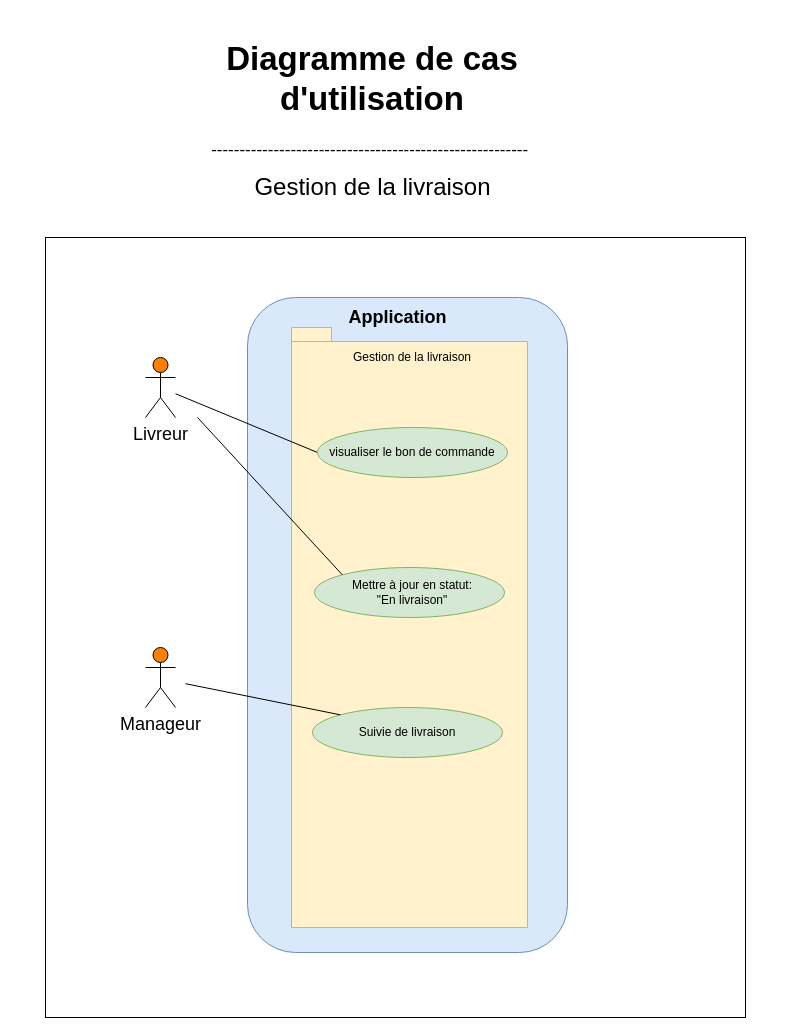
Above: page "Gestion de livraison" (3 of 5) of Use case Diagram.drawio in Maayaavi/OC_Project_4 (draw.io), before the change. Source tidied: cells renumbered, new cells numbered last; positions are measured from the earlier drawing's top-left corner, leaving out a move shared by most shapes. Both pictures are drawn from the tidied source at 100%, with x=0, y=0 at pixel (45, 27).
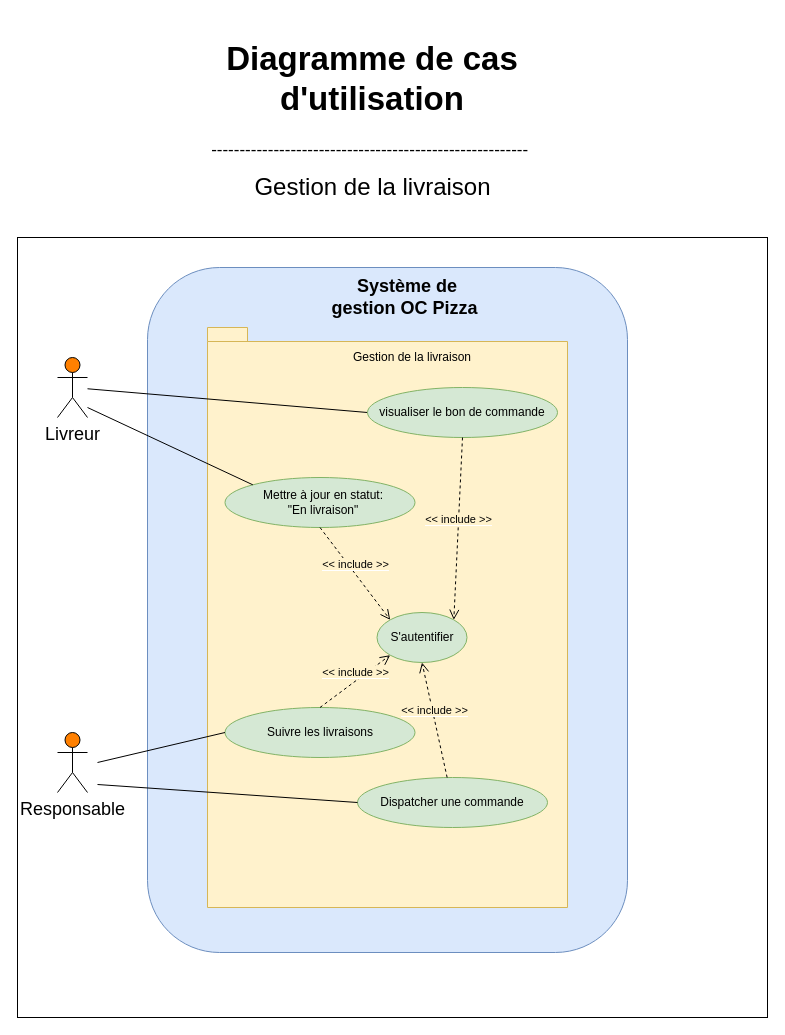
After the change.

The edit, as a diff of the source:
```diff
@@
     <mxCell id="2" style="whiteSpace=wrap;html=1;" parent="1" vertex="1">
-      <mxGeometry y="210" width="700" height="780" as="geometry" />
+      <mxGeometry x="-28" y="210" width="750" height="780" as="geometry" />
     </mxCell>
@@
     <mxCell id="4" style="rounded=1;whiteSpace=wrap;html=1;fillColor=#dae8fc;strokeColor=#6c8ebf;" parent="1" vertex="1">
-      <mxGeometry x="202" y="270" width="320" height="655" as="geometry" />
+      <mxGeometry x="102" y="240" width="480" height="685" as="geometry" />
     </mxCell>
-    <mxCell id="5" value="Application&amp;nbsp;" style="text;html=1;strokeColor=none;fillColor=none;align=center;verticalAlign=middle;whiteSpace=wrap;rounded=0;fontSize=18;fontStyle=1;glass=0;gradientColor=none;" parent="1" vertex="1">
-      <mxGeometry x="275" y="260" width="160" height="60" as="geometry" />
+    <mxCell id="5" value="Système de gestion OC Pizza&amp;nbsp;" style="text;html=1;strokeColor=none;fillColor=none;align=center;verticalAlign=middle;whiteSpace=wrap;rounded=0;fontSize=18;fontStyle=1;glass=0;gradientColor=none;" parent="1" vertex="1">
+      <mxGeometry x="282" y="240" width="160" height="60" as="geometry" />
     </mxCell>
     <mxCell id="6" value="Livreur" style="shape=umlActor;verticalLabelPosition=bottom;labelBackgroundColor=#ffffff;verticalAlign=top;html=1;outlineConnect=0;fontSize=18;fillColor=#FF8000;" parent="1" vertex="1">
-      <mxGeometry x="100" y="330" width="30" height="60" as="geometry" />
+      <mxGeometry x="12" y="330" width="30" height="60" as="geometry" />
     </mxCell>
-    <mxCell id="7" value="Manageur" style="shape=umlActor;verticalLabelPosition=bottom;labelBackgroundColor=#ffffff;verticalAlign=top;html=1;fontSize=18;fillColor=#FF8000;" parent="1" vertex="1">
-      <mxGeometry x="100" y="620" width="30" height="60" as="geometry" />
+    <mxCell id="7" value="Responsable" style="shape=umlActor;verticalLabelPosition=bottom;labelBackgroundColor=#ffffff;verticalAlign=top;html=1;fontSize=18;fillColor=#FF8000;" parent="1" vertex="1">
+      <mxGeometry x="12" y="705" width="30" height="60" as="geometry" />
     </mxCell>
     <mxCell id="8" style="shape=folder;fontStyle=1;spacingTop=10;tabWidth=40;tabHeight=14;tabPosition=left;html=1;fillColor=#fff2cc;strokeColor=#d6b656;" parent="1" vertex="1">
-      <mxGeometry x="246" y="300" width="236" height="600" as="geometry" />
+      <mxGeometry x="162" y="300" width="360" height="580" as="geometry" />
     </mxCell>
@@
     <mxCell id="11" style="ellipse;whiteSpace=wrap;html=1;fillColor=#d5e8d4;strokeColor=#82b366;" parent="1" vertex="1">
-      <mxGeometry x="272" y="400" width="190" height="50" as="geometry" />
+      <mxGeometry x="322" y="360" width="190" height="50" as="geometry" />
     </mxCell>
     <mxCell id="12" value="visualiser le bon de commande" style="text;html=1;strokeColor=none;fillColor=none;align=center;verticalAlign=middle;whiteSpace=wrap;rounded=0;" parent="1" vertex="1">
-      <mxGeometry x="262" y="415" width="210" height="20" as="geometry" />
+      <mxGeometry x="312" y="375" width="210" height="20" as="geometry" />
     </mxCell>
     <mxCell id="13" style="ellipse;whiteSpace=wrap;html=1;fillColor=#d5e8d4;strokeColor=#82b366;" parent="1" vertex="1">
-      <mxGeometry x="269" y="540" width="190" height="50" as="geometry" />
+      <mxGeometry x="179.5" y="450" width="190" height="50" as="geometry" />
     </mxCell>
     <mxCell id="14" value="Mettre à jour en statut:&lt;br&gt;&quot;En livraison&quot;" style="text;html=1;strokeColor=none;fillColor=none;align=center;verticalAlign=middle;whiteSpace=wrap;rounded=0;" parent="1" vertex="1">
-      <mxGeometry x="262" y="555" width="210" height="20" as="geometry" />
+      <mxGeometry x="172.5" y="465" width="210" height="20" as="geometry" />
     </mxCell>
@@
     <mxCell id="16" style="endArrow=none;html=1;entryX=0;entryY=0;entryDx=0;entryDy=0;" parent="1" edge="1" target="13">
       <mxGeometry relative="1" as="geometry">
-        <mxPoint x="152" y="390" as="sourcePoint" />
+        <mxPoint x="42" y="380" as="sourcePoint" />
       </mxGeometry>
     </mxCell>
     <mxCell id="17" style="ellipse;whiteSpace=wrap;html=1;fillColor=#d5e8d4;strokeColor=#82b366;" parent="1" vertex="1">
-      <mxGeometry x="267" y="680" width="190" height="50" as="geometry" />
+      <mxGeometry x="179.5" y="680" width="190" height="50" as="geometry" />
     </mxCell>
-    <mxCell id="18" value="Suivie de livraison" style="text;html=1;strokeColor=none;fillColor=none;align=center;verticalAlign=middle;whiteSpace=wrap;rounded=0;" parent="1" vertex="1">
-      <mxGeometry x="257" y="695" width="210" height="20" as="geometry" />
+    <mxCell id="18" value="Suivre les livraisons" style="text;html=1;strokeColor=none;fillColor=none;align=center;verticalAlign=middle;whiteSpace=wrap;rounded=0;" parent="1" vertex="1">
+      <mxGeometry x="169.5" y="695" width="210" height="20" as="geometry" />
     </mxCell>
-    <mxCell id="19" style="endArrow=none;html=1;entryX=0;entryY=0;entryDx=0;entryDy=0;" parent="1" edge="1" target="17">
+    <mxCell id="19" style="endArrow=none;html=1;entryX=0;entryY=0.5;entryDx=0;entryDy=0;" parent="1" edge="1" target="17">
       <mxGeometry relative="1" as="geometry">
-        <mxPoint x="140" y="656.2" as="sourcePoint" />
+        <mxPoint x="52" y="735" as="sourcePoint" />
       </mxGeometry>
     </mxCell>
+    <mxCell id="20" style="ellipse;whiteSpace=wrap;html=1;fillColor=#d5e8d4;strokeColor=#82b366;" parent="1" vertex="1">
+      <mxGeometry x="331.5" y="585" width="90" height="50" as="geometry" />
+    </mxCell>
+    <mxCell id="21" value="S'autentifier" style="text;html=1;strokeColor=none;fillColor=none;align=center;verticalAlign=middle;whiteSpace=wrap;rounded=0;" parent="1" vertex="1">
+      <mxGeometry x="271.5" y="600" width="210" height="20" as="geometry" />
+    </mxCell>
+    <mxCell id="22" value="&lt;span style=&quot;background-color: rgb(255 , 242 , 204)&quot;&gt;&amp;lt;&amp;lt; include &amp;gt;&amp;gt;&lt;/span&gt;" style="html=1;verticalAlign=bottom;endArrow=open;dashed=1;endSize=8;entryX=0;entryY=1;entryDx=0;entryDy=0;exitX=0.5;exitY=0;exitDx=0;exitDy=0;" parent="1" edge="1" source="17" target="20">
+      <mxGeometry relative="1" as="geometry" />
+    </mxCell>
+    <mxCell id="23" value="&lt;span style=&quot;background-color: rgb(255 , 242 , 204)&quot;&gt;&amp;lt;&amp;lt; include &amp;gt;&amp;gt;&lt;/span&gt;" style="html=1;verticalAlign=bottom;endArrow=open;dashed=1;endSize=8;entryX=0;entryY=0;entryDx=0;entryDy=0;exitX=0.5;exitY=1;exitDx=0;exitDy=0;" parent="1" edge="1" source="13" target="20">
+      <mxGeometry relative="1" as="geometry" />
+    </mxCell>
+    <mxCell id="24" value="&lt;span style=&quot;background-color: rgb(255 , 242 , 204)&quot;&gt;&amp;lt;&amp;lt; include &amp;gt;&amp;gt;&lt;/span&gt;" style="html=1;verticalAlign=bottom;endArrow=open;dashed=1;endSize=8;entryX=1;entryY=0;entryDx=0;entryDy=0;exitX=0.5;exitY=1;exitDx=0;exitDy=0;" parent="1" edge="1" source="11" target="20">
+      <mxGeometry relative="1" as="geometry" />
+    </mxCell>
+    <mxCell id="25" style="ellipse;whiteSpace=wrap;html=1;fillColor=#d5e8d4;strokeColor=#82b366;" parent="1" vertex="1">
+      <mxGeometry x="312" y="750" width="190" height="50" as="geometry" />
+    </mxCell>
+    <mxCell id="26" value="Dispatcher une commande" style="text;html=1;strokeColor=none;fillColor=none;align=center;verticalAlign=middle;whiteSpace=wrap;rounded=0;" parent="1" vertex="1">
+      <mxGeometry x="302" y="765" width="210" height="20" as="geometry" />
+    </mxCell>
+    <mxCell id="27" style="endArrow=none;html=1;entryX=0;entryY=0.5;entryDx=0;entryDy=0;" parent="1" edge="1" target="25">
+      <mxGeometry relative="1" as="geometry">
+        <mxPoint x="52" y="757" as="sourcePoint" />
+      </mxGeometry>
+    </mxCell>
+    <mxCell id="28" value="&lt;span style=&quot;background-color: rgb(255 , 242 , 204)&quot;&gt;&amp;lt;&amp;lt; include &amp;gt;&amp;gt;&lt;/span&gt;" style="html=1;verticalAlign=bottom;endArrow=open;dashed=1;endSize=8;entryX=0.5;entryY=1;entryDx=0;entryDy=0;" parent="1" edge="1" source="25" target="20">
+      <mxGeometry relative="1" as="geometry" />
+    </mxCell>
```
